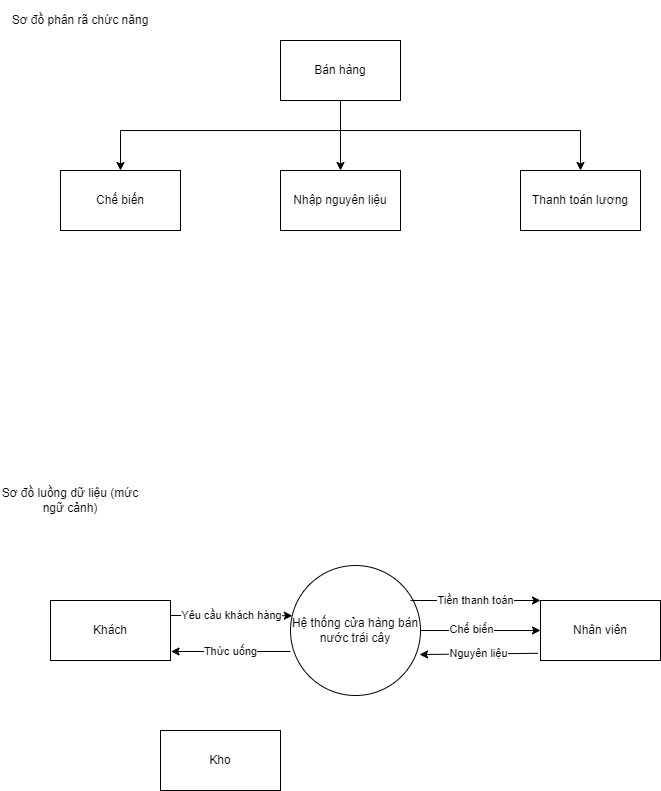
InfiniteByte1811/branch1 keeps this draw.io diagram as DFD2.png. Above is the earlier version. Source tidied: cells renumbered, new cells last; positions are measured from the earlier drawing's top-left corner, leaving out a move shared by most shapes.
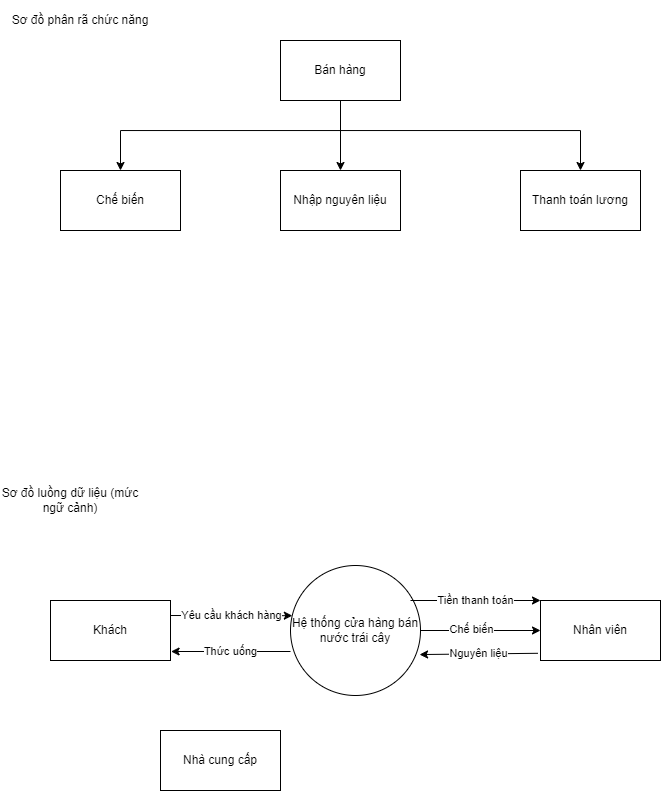
After the change.

Commit message:
Cập nhật DFD2.png

Diff of the diagram source:
```diff
@@ -74,7 +74,7 @@
     <mxCell id="19" value="Chế biến" style="edgeLabel;html=1;align=center;verticalAlign=middle;" parent="18" vertex="1">
       <mxGeometry x="-0.15" y="1" relative="1" as="geometry" />
     </mxCell>
-    <mxCell id="20" value="Kho" style="rounded=0;whiteSpace=wrap;html=1;" parent="1" vertex="1">
+    <mxCell id="20" value="Nhà cung cấp" style="rounded=0;whiteSpace=wrap;html=1;" parent="1" vertex="1">
       <mxGeometry x="160" y="730" width="120" height="60" as="geometry" />
     </mxCell>
   </root>
```
